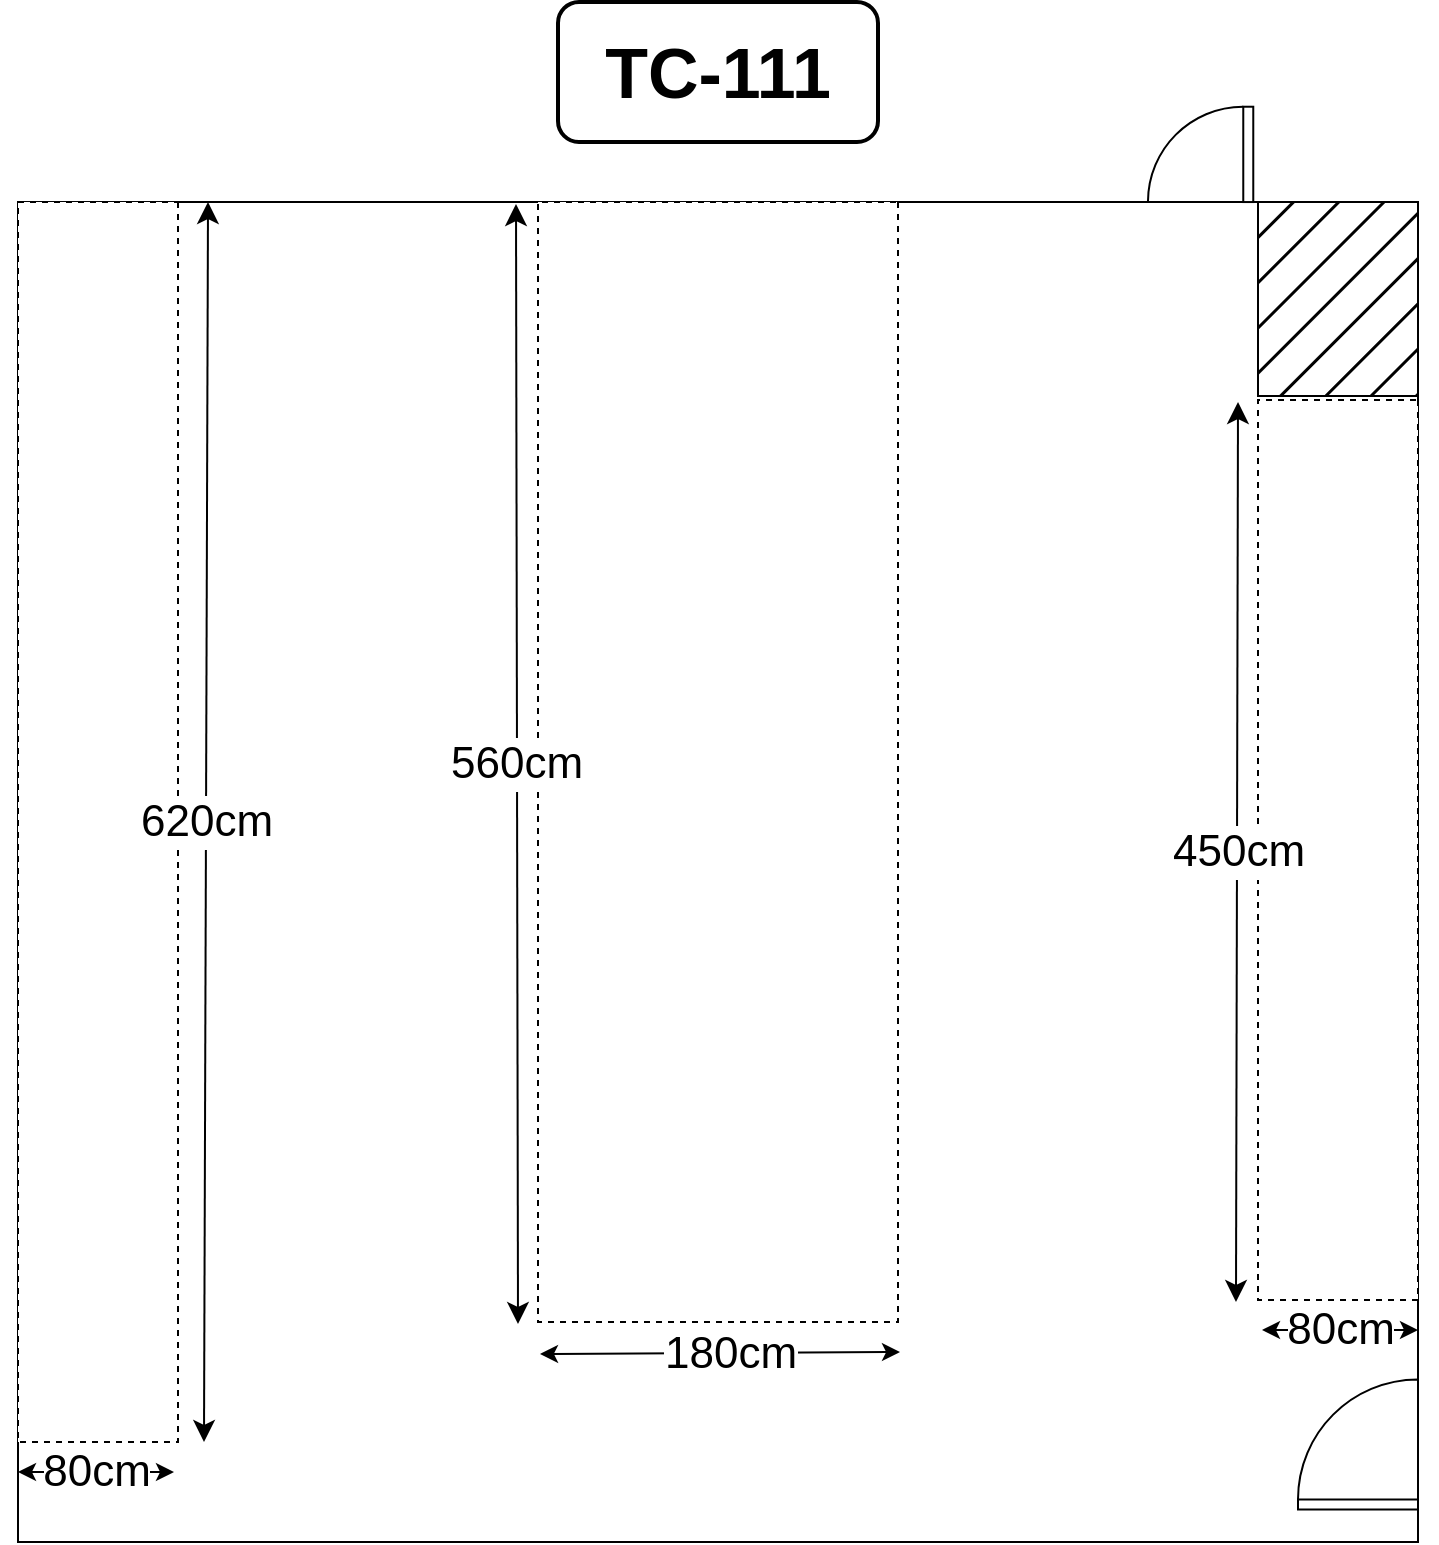
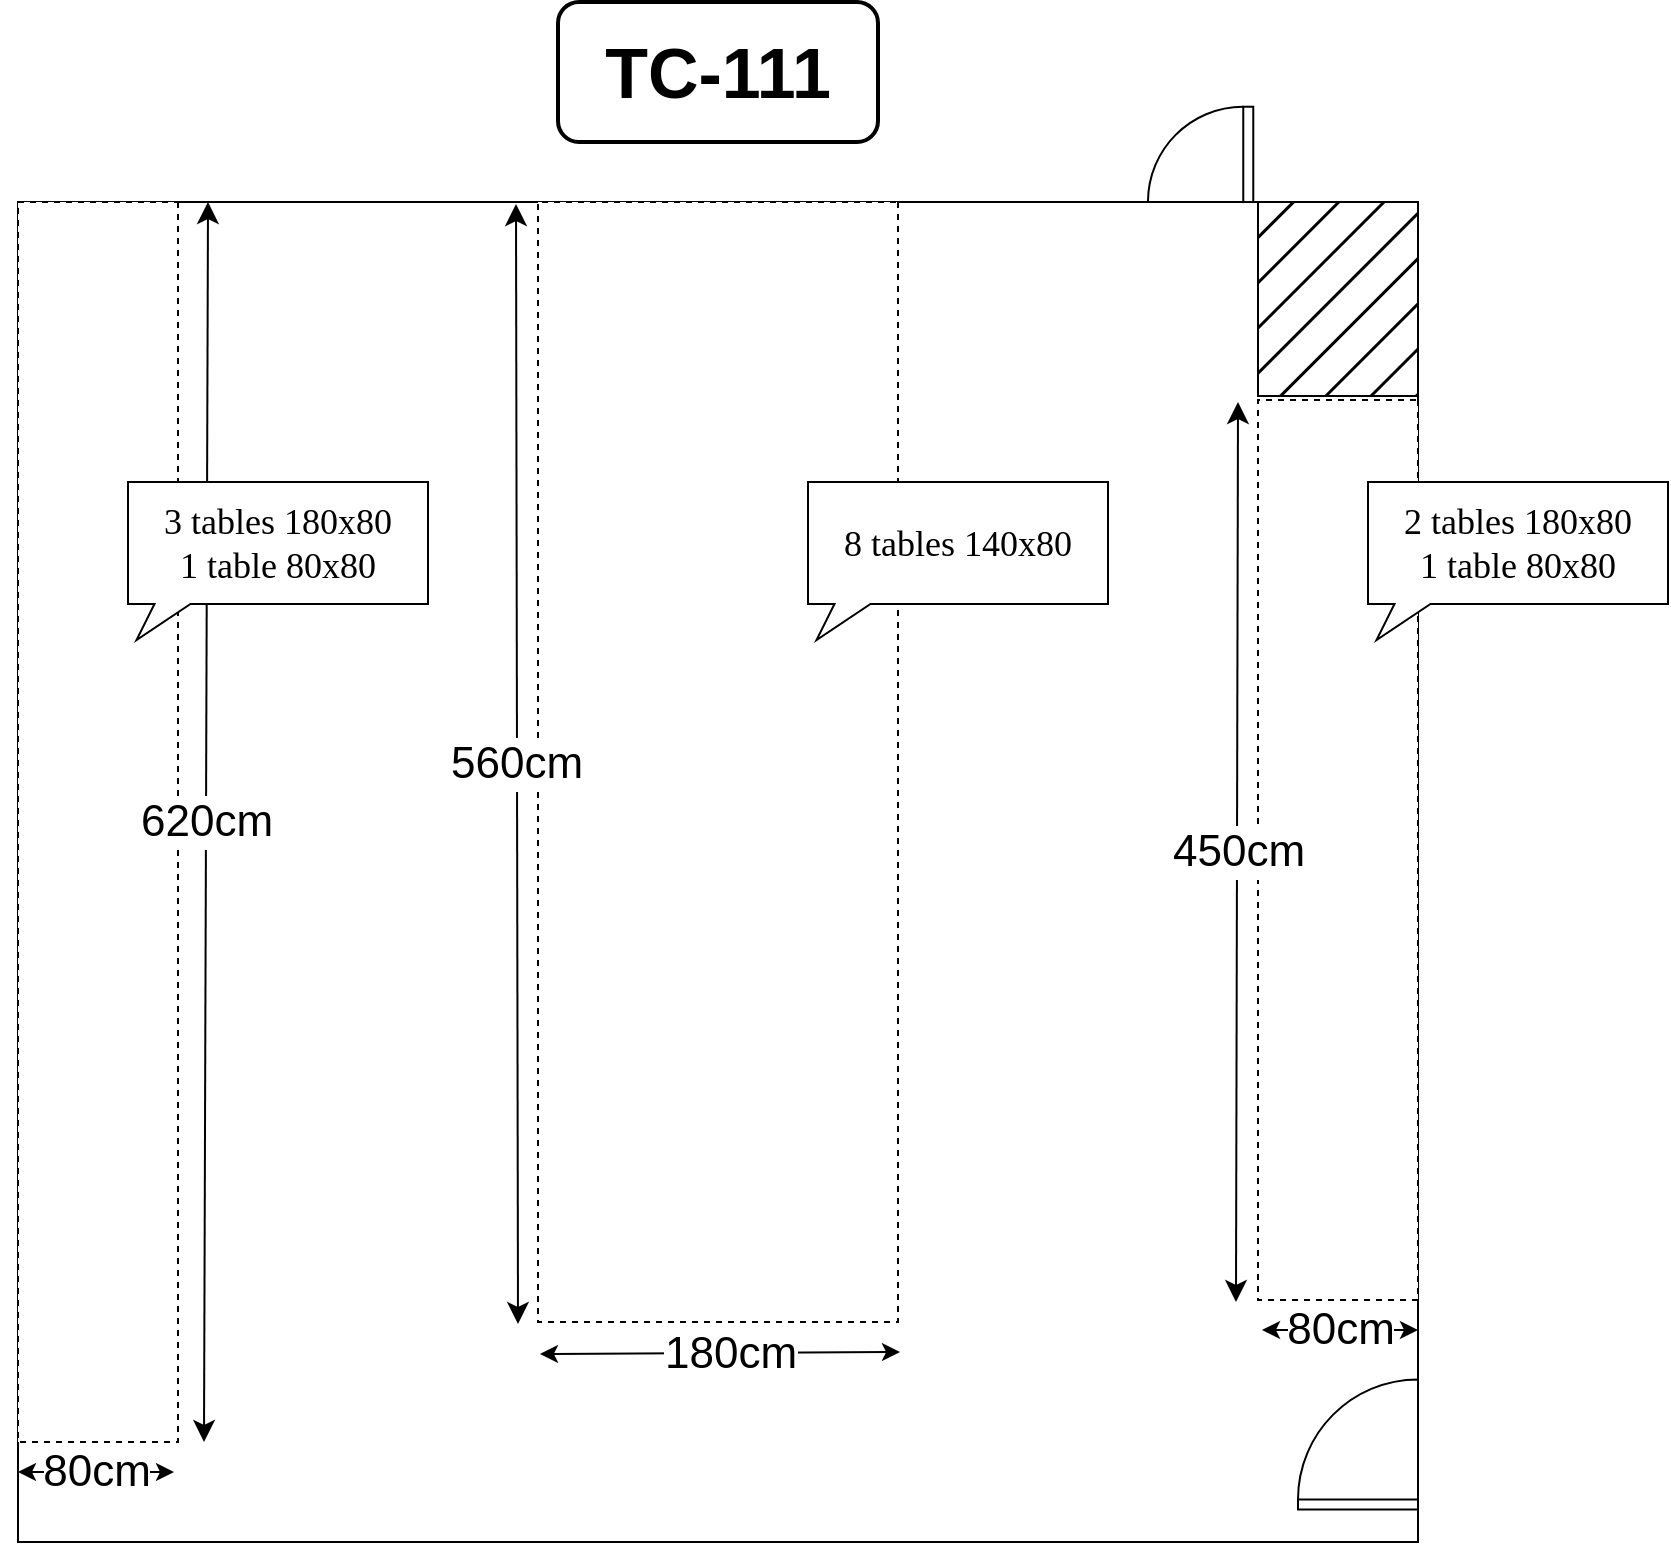
<mxfile host="app.diagrams.net" agent="Mozilla/5.0 (X11; Linux x86_64; rv:149.0) Gecko/20100101 Firefox/149.0">
  <diagram name="Page-1" id="iRoQFW6D9CzvpXQzve8l">
-     <mxGraphModel dx="1501" dy="824" grid="1" gridSize="10" guides="1" tooltips="1" connect="1" arrows="1" fold="1" page="1" pageScale="1" pageWidth="1169" pageHeight="827" math="0" shadow="0">
+     <mxGraphModel dx="1734" dy="968" grid="1" gridSize="10" guides="1" tooltips="1" connect="1" arrows="1" fold="1" page="1" pageScale="1" pageWidth="1169" pageHeight="827" math="0" shadow="0">
      <root>
        <mxCell id="0" />
        <mxCell id="1" parent="0" />
        <mxCell id="TTN37_IE3iKMg5Rs4A1S-1" parent="1" style="text;html=1;whiteSpace=wrap;strokeColor=default;fillColor=none;align=center;verticalAlign=middle;rounded=1;fontSize=35;fontStyle=1;glass=0;shadow=0;strokeWidth=2;perimeterSpacing=0;labelBorderColor=none;autosizeText=0;" value="TC-111" vertex="1">
          <mxGeometry height="70" width="160" x="505" y="10" as="geometry" />
        </mxCell>
        <mxCell id="TTN37_IE3iKMg5Rs4A1S-2" parent="1" style="rounded=0;whiteSpace=wrap;html=1;" value="" vertex="1">
          <mxGeometry height="670" width="700" x="235" y="110" as="geometry" />
        </mxCell>
        <mxCell id="V4ApdJ4xAvaCsAzmnfrd-1" parent="1" style="verticalLabelPosition=bottom;html=1;verticalAlign=top;align=center;shape=mxgraph.floorplan.doorRight;aspect=fixed;rotation=-180;flipV=0;legacyAnchorPoints=0;flipH=1;" value="" vertex="1">
          <mxGeometry height="63.75" width="60" x="875" y="700" as="geometry" />
        </mxCell>
        <mxCell id="V4ApdJ4xAvaCsAzmnfrd-2" parent="1" style="verticalLabelPosition=bottom;html=1;verticalAlign=top;align=center;shape=mxgraph.floorplan.doorLeft;aspect=fixed;rotation=-90;flipV=1;legacyAnchorPoints=0;flipH=0;" value="&amp;nbsp; &amp;nbsp;&amp;nbsp;" vertex="1">
          <mxGeometry height="53.61" width="47.66" x="802" y="59.38999999999999" as="geometry" />
        </mxCell>
        <mxCell id="V4ApdJ4xAvaCsAzmnfrd-5" parent="1" style="rounded=0;whiteSpace=wrap;html=1;dashed=1;rotation=90;" value="" vertex="1">
          <mxGeometry height="80" width="450" x="670" y="394" as="geometry" />
        </mxCell>
        <mxCell id="V4ApdJ4xAvaCsAzmnfrd-6" parent="1" style="rounded=0;whiteSpace=wrap;html=1;dashed=1;rotation=90;" value="" vertex="1">
          <mxGeometry height="180" width="560" x="305" y="300" as="geometry" />
        </mxCell>
        <mxCell id="V4ApdJ4xAvaCsAzmnfrd-7" parent="1" style="rounded=0;whiteSpace=wrap;html=1;dashed=1;rotation=90;" value="" vertex="1">
          <mxGeometry height="80" width="620" x="-35" y="380" as="geometry" />
        </mxCell>
        <mxCell id="V4ApdJ4xAvaCsAzmnfrd-12" edge="1" parent="1" style="edgeStyle=none;orthogonalLoop=1;jettySize=auto;html=1;endArrow=classic;startArrow=classic;endSize=8;startSize=8;rounded=0;align=center;" value="&lt;font style=&quot;font-size: 22px;&quot;&gt;620cm&lt;/font&gt;">
          <mxGeometry relative="1" width="100" as="geometry">
            <Array as="points" />
            <mxPoint x="330" y="110" as="sourcePoint" />
            <mxPoint x="328" y="730" as="targetPoint" />
          </mxGeometry>
        </mxCell>
        <mxCell id="V4ApdJ4xAvaCsAzmnfrd-13" edge="1" parent="1" style="edgeStyle=none;orthogonalLoop=1;jettySize=auto;html=1;endArrow=classic;startArrow=classic;endSize=8;startSize=8;rounded=0;align=center;" value="&lt;font style=&quot;font-size: 22px;&quot;&gt;560cm&lt;/font&gt;">
          <mxGeometry relative="1" width="100" as="geometry">
            <Array as="points" />
            <mxPoint x="484" y="111" as="sourcePoint" />
            <mxPoint x="485" y="671" as="targetPoint" />
          </mxGeometry>
        </mxCell>
        <mxCell id="V4ApdJ4xAvaCsAzmnfrd-14" edge="1" parent="1" style="edgeStyle=none;orthogonalLoop=1;jettySize=auto;html=1;endArrow=classic;startArrow=classic;endSize=8;startSize=8;rounded=0;align=center;labelBackgroundColor=default;" value="&lt;font style=&quot;font-size: 22px;&quot;&gt;450cm&lt;/font&gt;">
          <mxGeometry relative="1" width="100" as="geometry">
            <Array as="points" />
            <mxPoint x="845" y="210" as="sourcePoint" />
            <mxPoint x="844" y="660" as="targetPoint" />
          </mxGeometry>
        </mxCell>
        <mxCell id="V4ApdJ4xAvaCsAzmnfrd-15" edge="1" parent="1" style="endArrow=classic;startArrow=classic;html=1;rounded=0;fontSize=22;" value="80cm">
          <mxGeometry height="50" relative="1" width="50" as="geometry">
            <mxPoint x="235" y="745" as="sourcePoint" />
            <mxPoint x="313" y="745" as="targetPoint" />
          </mxGeometry>
        </mxCell>
        <mxCell id="V4ApdJ4xAvaCsAzmnfrd-16" edge="1" parent="1" style="endArrow=classic;startArrow=classic;html=1;rounded=0;fontSize=22;" value="80cm">
          <mxGeometry height="50" relative="1" width="50" as="geometry">
            <mxPoint x="857" y="674" as="sourcePoint" />
            <mxPoint x="935" y="674" as="targetPoint" />
          </mxGeometry>
        </mxCell>
        <mxCell id="V4ApdJ4xAvaCsAzmnfrd-18" edge="1" parent="1" style="endArrow=classic;startArrow=classic;html=1;rounded=0;fontSize=22;align=center;" value="&lt;div align=&quot;center&quot;&gt;180cm&lt;/div&gt;">
          <mxGeometry height="50" relative="1" width="50" x="0.0504" y="-1" as="geometry">
            <mxPoint as="offset" />
            <mxPoint x="496" y="686" as="sourcePoint" />
            <mxPoint x="676" y="685" as="targetPoint" />
          </mxGeometry>
        </mxCell>
        <mxCell id="AHpIhUoVdREURsXe0vll-1" parent="1" style="rounded=0;whiteSpace=wrap;html=1;fillStyle=hatch;fillColor=#000000;" value="" vertex="1">
          <mxGeometry height="97" width="80" x="855" y="110" as="geometry" />
        </mxCell>
+         <mxCell id="EDEw0QhS4UMnfafIpvEQ-1" parent="1" style="whiteSpace=wrap;html=1;shape=mxgraph.basic.rectCallout;dx=22.25;dy=18;boundedLbl=1;align=center;fontSize=18;labelPosition=center;verticalLabelPosition=middle;verticalAlign=middle;" value="&lt;div&gt;&lt;font face=&quot;Tahoma&quot;&gt;3 tables 180x80&lt;/font&gt;&lt;/div&gt;&lt;div&gt;&lt;font face=&quot;Tahoma&quot;&gt;1 table 80x80&lt;/font&gt;&lt;/div&gt;" vertex="1">
+           <mxGeometry height="79" width="150" x="290" y="250" as="geometry" />
+         </mxCell>
+         <mxCell id="EDEw0QhS4UMnfafIpvEQ-2" parent="1" style="whiteSpace=wrap;html=1;shape=mxgraph.basic.rectCallout;dx=22.25;dy=18;boundedLbl=1;align=center;fontSize=18;labelPosition=center;verticalLabelPosition=middle;verticalAlign=middle;" value="&lt;font face=&quot;Tahoma&quot;&gt;8 tables 140x80&lt;/font&gt;" vertex="1">
+           <mxGeometry height="79" width="150" x="630" y="250" as="geometry" />
+         </mxCell>
+         <mxCell id="EDEw0QhS4UMnfafIpvEQ-3" parent="1" style="whiteSpace=wrap;html=1;shape=mxgraph.basic.rectCallout;dx=22.25;dy=18;boundedLbl=1;align=center;fontSize=18;labelPosition=center;verticalLabelPosition=middle;verticalAlign=middle;" value="&lt;div&gt;&lt;font face=&quot;Tahoma&quot;&gt;2 tables 180x80&lt;/font&gt;&lt;/div&gt;&lt;div&gt;&lt;font face=&quot;Tahoma&quot;&gt;1 table 80x80&lt;/font&gt;&lt;/div&gt;" vertex="1">
+           <mxGeometry height="79" width="150" x="910" y="250" as="geometry" />
+         </mxCell>
      </root>
    </mxGraphModel>
  </diagram>
</mxfile>
